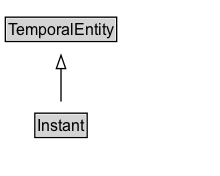
ISO-TC204/ontology-import-time keeps this Graphviz diagram as docs/diagrams/Instant.dot.png. Above is the earlier version. Its source is kept beside it as docs/diagrams/Instant.dot. Its diagram source:
```dot
digraph {
	graph [overlap=false rankdir=TB splines=true]
	node [fontname=Arial fontsize=12 margin=0 shape=none]
	edge [fontname=Arial fontsize=11]
	{
		rank=max
		Instant [label=<<TABLE BORDER="1" CELLBORDER="0" CELLSPACING="0" CELLPADDING="1"><TR><TD BGCOLOR="lightgray" ALIGN="CENTER" PORT="e">Instant</TD></TR></TABLE>> URL="../Instant" margin=0]
	}
	subgraph cluster_associated {
		label="" style=invis
		Invis [label=<<TABLE BORDER="0" CELLBORDER="0" CELLSPACING="0" CELLPADDING="1"><TR><TD></TD></TR></TABLE>> margin=0 style=invis]
	}
	TemporalEntity [label=<<TABLE BORDER="1" CELLBORDER="0" CELLSPACING="0" CELLPADDING="1"><TR><TD BGCOLOR="lightgray" ALIGN="CENTER">TemporalEntity</TD></TR></TABLE>> URL="../TemporalEntity" margin=0]
	Instant -> TemporalEntity [arrowhead=onormal style=solid]
}
```
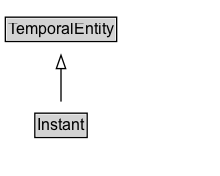
The same diagram one commit later.

The edit, as a diff of the source:
```diff
@@ -3,13 +3,16 @@
 	node [fontname=Arial fontsize=12 margin=0 shape=none]
 	edge [fontname=Arial fontsize=11]
 	{
+		rank=source
+		TemporalEntity [label=<<TABLE BORDER="1" CELLBORDER="0" CELLSPACING="0" CELLPADDING="1"><TR><TD BGCOLOR="lightgray" ALIGN="CENTER">TemporalEntity</TD></TR></TABLE>> URL="../TemporalEntity" margin=0]
+	}
+	Instant [label=<<TABLE BORDER="1" CELLBORDER="0" CELLSPACING="0" CELLPADDING="1"><TR><TD BGCOLOR="lightgray" ALIGN="CENTER">Instant</TD></TR></TABLE>> URL="../Instant" margin=0]
+	{
 		rank=max
-		Instant [label=<<TABLE BORDER="1" CELLBORDER="0" CELLSPACING="0" CELLPADDING="1"><TR><TD BGCOLOR="lightgray" ALIGN="CENTER" PORT="e">Instant</TD></TR></TABLE>> URL="../Instant" margin=0]
 	}
 	subgraph cluster_associated {
 		label="" style=invis
 		Invis [label=<<TABLE BORDER="0" CELLBORDER="0" CELLSPACING="0" CELLPADDING="1"><TR><TD></TD></TR></TABLE>> margin=0 style=invis]
 	}
-	TemporalEntity [label=<<TABLE BORDER="1" CELLBORDER="0" CELLSPACING="0" CELLPADDING="1"><TR><TD BGCOLOR="lightgray" ALIGN="CENTER">TemporalEntity</TD></TR></TABLE>> URL="../TemporalEntity" margin=0]
 	Instant -> TemporalEntity [arrowhead=onormal style=solid]
 }
```
